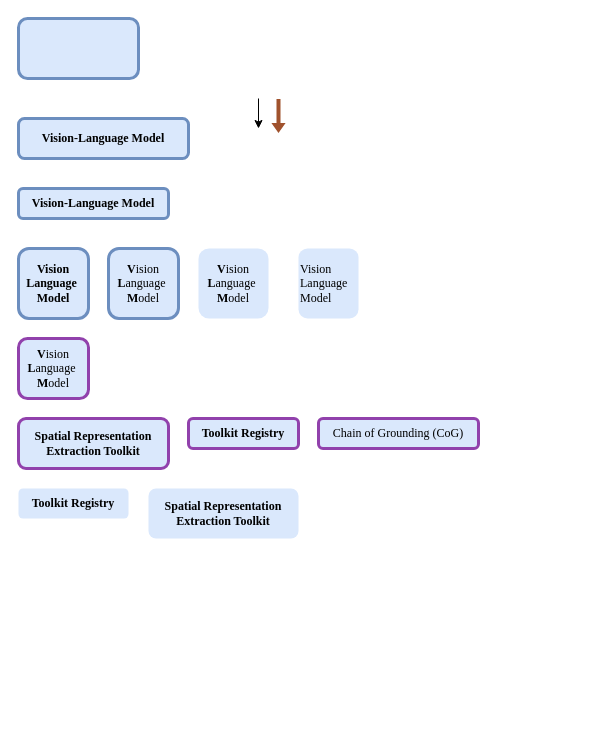
Above: taki.drawio in AnonAnonAnonAnonAnon/Figure_live (draw.io), before the change. Source tidied: cells renumbered, new cells numbered last; positions are measured from the earlier drawing's top-left corner, leaving out a move shared by most shapes. Both pictures are drawn from the tidied source at 100%, with x=0, y=0 at pixel (18, 18).
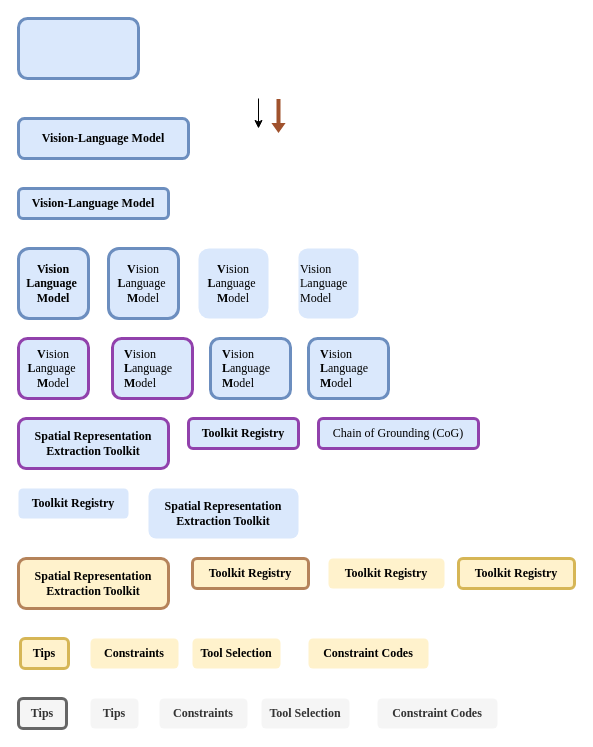
After the change.

The edit, as a diff of the source:
```diff
@@
+    <mxCell id="17" style="rounded=1;whiteSpace=wrap;html=1;strokeWidth=3;fillColor=#dae8fc;strokeColor=light-dark(#9141ac, #a9adff);align=center;" parent="1" vertex="1">
+      <mxGeometry x="94" y="320" width="80" height="60" as="geometry" />
+    </mxCell>
@@
+    <mxCell id="18" value="&lt;font face=&quot;Times New Roman&quot;&gt;&lt;b&gt;Spatial Representation Extraction Toolkit&lt;/b&gt;&lt;/font&gt;" style="rounded=1;whiteSpace=wrap;html=1;strokeWidth=3;fillColor=#fff2cc;strokeColor=light-dark(#b5835a, #00a200);align=center;" parent="1" vertex="1">
+      <mxGeometry y="540" width="150" height="50" as="geometry" />
+    </mxCell>
+    <mxCell id="19" value="&lt;font face=&quot;Times New Roman&quot;&gt;&lt;b&gt;Toolkit Registry&lt;/b&gt;&lt;/font&gt;" style="rounded=1;whiteSpace=wrap;html=1;strokeWidth=3;fillColor=#fff2cc;strokeColor=light-dark(#b5835a, #00a200);align=center;" parent="1" vertex="1">
+      <mxGeometry x="174" y="540" width="116" height="30" as="geometry" />
+    </mxCell>
+    <mxCell id="20" value="&lt;font face=&quot;Times New Roman&quot;&gt;&lt;b&gt;Toolkit Registry&lt;/b&gt;&lt;/font&gt;" style="rounded=1;whiteSpace=wrap;html=1;strokeWidth=3;fillColor=#fff2cc;strokeColor=none;align=center;" parent="1" vertex="1">
+      <mxGeometry x="310" y="540" width="116" height="30" as="geometry" />
+    </mxCell>
+    <mxCell id="21" value="&lt;font face=&quot;Times New Roman&quot;&gt;&lt;b&gt;Tips&lt;/b&gt;&lt;/font&gt;" style="rounded=1;whiteSpace=wrap;html=1;strokeWidth=3;fillColor=#fff2cc;strokeColor=#d6b656;align=center;" parent="1" vertex="1">
+      <mxGeometry x="2" y="620" width="48" height="30" as="geometry" />
+    </mxCell>
+    <mxCell id="22" value="&lt;font face=&quot;Times New Roman&quot;&gt;&lt;b&gt;Constraints&lt;/b&gt;&lt;/font&gt;" style="rounded=1;whiteSpace=wrap;html=1;strokeWidth=3;fillColor=#fff2cc;strokeColor=none;align=center;" parent="1" vertex="1">
+      <mxGeometry x="72" y="620" width="88" height="30" as="geometry" />
+    </mxCell>
+    <mxCell id="23" value="&lt;font face=&quot;Times New Roman&quot;&gt;&lt;b&gt;Tool Selection&lt;/b&gt;&lt;/font&gt;" style="rounded=1;whiteSpace=wrap;html=1;strokeWidth=3;fillColor=#fff2cc;strokeColor=none;align=center;" parent="1" vertex="1">
+      <mxGeometry x="174" y="620" width="88" height="30" as="geometry" />
+    </mxCell>
+    <mxCell id="24" value="&lt;font face=&quot;Times New Roman&quot;&gt;&lt;b&gt;Constraint Codes&lt;/b&gt;&lt;/font&gt;" style="rounded=1;whiteSpace=wrap;html=1;strokeWidth=3;fillColor=#fff2cc;strokeColor=none;align=center;" parent="1" vertex="1">
+      <mxGeometry x="290" y="620" width="120" height="30" as="geometry" />
+    </mxCell>
+    <mxCell id="25" value="&lt;div align=&quot;left&quot;&gt;&lt;font face=&quot;Times New Roman&quot;&gt;&lt;b&gt;V&lt;/b&gt;ision&lt;/font&gt;&lt;/div&gt;&lt;div align=&quot;left&quot;&gt;&lt;font face=&quot;Times New Roman&quot;&gt;&lt;b&gt;L&lt;/b&gt;anguage&lt;/font&gt;&lt;/div&gt;&lt;div align=&quot;left&quot;&gt;&lt;font face=&quot;Times New Roman&quot;&gt;&lt;b&gt;M&lt;/b&gt;odel&lt;/font&gt;&lt;/div&gt;" style="text;html=1;align=left;verticalAlign=middle;strokeColor=none;fillColor=none;" parent="1" vertex="1">
+      <mxGeometry x="104" y="320" width="70" height="60" as="geometry" />
+    </mxCell>
+    <mxCell id="26" value="&lt;font face=&quot;Times New Roman&quot;&gt;&lt;b&gt;Tips&lt;/b&gt;&lt;/font&gt;" style="rounded=1;whiteSpace=wrap;html=1;strokeWidth=3;fillColor=#f5f5f5;strokeColor=#666666;align=center;fontColor=#333333;" parent="1" vertex="1">
+      <mxGeometry y="680" width="48" height="30" as="geometry" />
+    </mxCell>
+    <mxCell id="27" value="&lt;font face=&quot;Times New Roman&quot;&gt;&lt;b&gt;Toolkit Registry&lt;/b&gt;&lt;/font&gt;" style="rounded=1;whiteSpace=wrap;html=1;strokeWidth=3;fillColor=#fff2cc;strokeColor=#d6b656;align=center;" parent="1" vertex="1">
+      <mxGeometry x="440" y="540" width="116" height="30" as="geometry" />
+    </mxCell>
+    <mxCell id="28" style="rounded=1;whiteSpace=wrap;html=1;strokeWidth=3;fillColor=#dae8fc;strokeColor=#6c8ebf;align=center;" parent="1" vertex="1">
+      <mxGeometry x="192" y="320" width="80" height="60" as="geometry" />
+    </mxCell>
+    <mxCell id="29" value="&lt;div align=&quot;left&quot;&gt;&lt;font face=&quot;Times New Roman&quot;&gt;&lt;b&gt;V&lt;/b&gt;ision&lt;/font&gt;&lt;/div&gt;&lt;div align=&quot;left&quot;&gt;&lt;font face=&quot;Times New Roman&quot;&gt;&lt;b&gt;L&lt;/b&gt;anguage&lt;/font&gt;&lt;/div&gt;&lt;div align=&quot;left&quot;&gt;&lt;font face=&quot;Times New Roman&quot;&gt;&lt;b&gt;M&lt;/b&gt;odel&lt;/font&gt;&lt;/div&gt;" style="text;html=1;align=left;verticalAlign=middle;strokeColor=none;fillColor=none;" parent="1" vertex="1">
+      <mxGeometry x="202" y="320" width="70" height="60" as="geometry" />
+    </mxCell>
+    <mxCell id="30" value="&lt;font face=&quot;Times New Roman&quot;&gt;&lt;b&gt;Tips&lt;/b&gt;&lt;/font&gt;" style="rounded=1;whiteSpace=wrap;html=1;strokeWidth=3;fillColor=#f5f5f5;strokeColor=none;align=center;fontColor=#333333;" parent="1" vertex="1">
+      <mxGeometry x="72" y="680" width="48" height="30" as="geometry" />
+    </mxCell>
+    <mxCell id="31" value="&lt;font face=&quot;Times New Roman&quot;&gt;&lt;b&gt;Constraints&lt;/b&gt;&lt;/font&gt;" style="rounded=1;whiteSpace=wrap;html=1;strokeWidth=3;fillColor=#f5f5f5;strokeColor=none;align=center;fontColor=#333333;" parent="1" vertex="1">
+      <mxGeometry x="141" y="680" width="88" height="30" as="geometry" />
+    </mxCell>
+    <mxCell id="32" value="&lt;font face=&quot;Times New Roman&quot;&gt;&lt;b&gt;Tool Selection&lt;/b&gt;&lt;/font&gt;" style="rounded=1;whiteSpace=wrap;html=1;strokeWidth=3;fillColor=#f5f5f5;strokeColor=none;align=center;fontColor=#333333;" parent="1" vertex="1">
+      <mxGeometry x="243" y="680" width="88" height="30" as="geometry" />
+    </mxCell>
+    <mxCell id="33" value="&lt;font face=&quot;Times New Roman&quot;&gt;&lt;b&gt;Constraint Codes&lt;/b&gt;&lt;/font&gt;" style="rounded=1;whiteSpace=wrap;html=1;strokeWidth=3;fillColor=#f5f5f5;strokeColor=none;align=center;fontColor=#333333;" parent="1" vertex="1">
+      <mxGeometry x="359" y="680" width="120" height="30" as="geometry" />
+    </mxCell>
+    <mxCell id="34" style="rounded=1;whiteSpace=wrap;html=1;strokeWidth=3;fillColor=#dae8fc;strokeColor=#6c8ebf;align=center;" parent="1" vertex="1">
+      <mxGeometry x="290" y="320" width="80" height="60" as="geometry" />
+    </mxCell>
+    <mxCell id="35" value="&lt;div align=&quot;left&quot;&gt;&lt;font face=&quot;Times New Roman&quot;&gt;&lt;b&gt;V&lt;/b&gt;ision&lt;/font&gt;&lt;/div&gt;&lt;div align=&quot;left&quot;&gt;&lt;font face=&quot;Times New Roman&quot;&gt;&lt;b&gt;L&lt;/b&gt;anguage&lt;/font&gt;&lt;/div&gt;&lt;div align=&quot;left&quot;&gt;&lt;font face=&quot;Times New Roman&quot;&gt;&lt;b&gt;M&lt;/b&gt;odel&lt;/font&gt;&lt;/div&gt;" style="text;html=1;align=left;verticalAlign=middle;strokeColor=none;fillColor=none;" parent="1" vertex="1">
+      <mxGeometry x="300" y="320" width="70" height="60" as="geometry" />
+    </mxCell>
```
